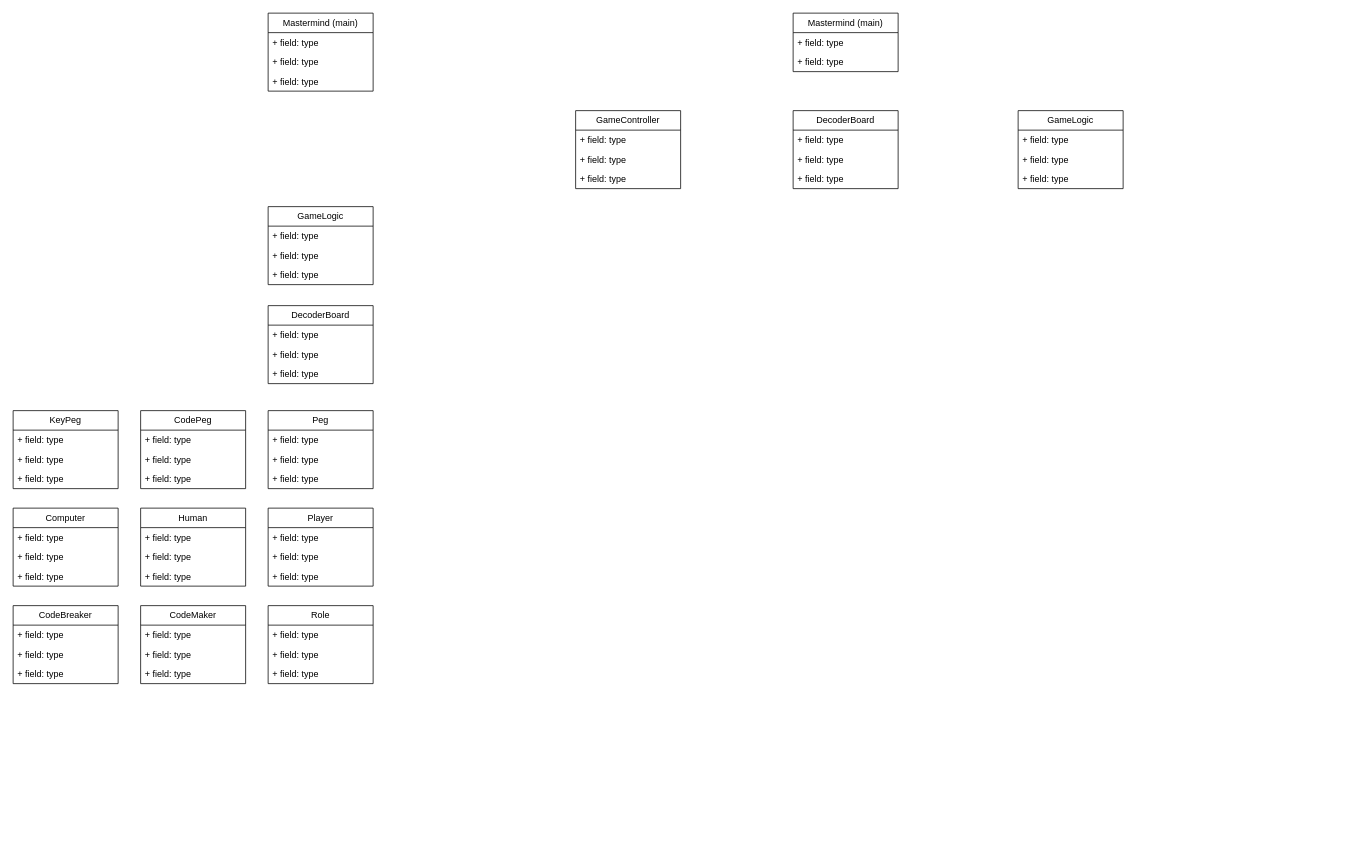
ZephyRemix/mastermind-boardgame keeps this draw.io diagram as mastermind.drawio. Above is the earlier version. Source tidied: cells renumbered, new cells numbered last; positions are measured from the earlier drawing's top-left corner, leaving out a move shared by most shapes. Both pictures are drawn from the tidied source at 75%, with x=0, y=0 at pixel (13, 13).
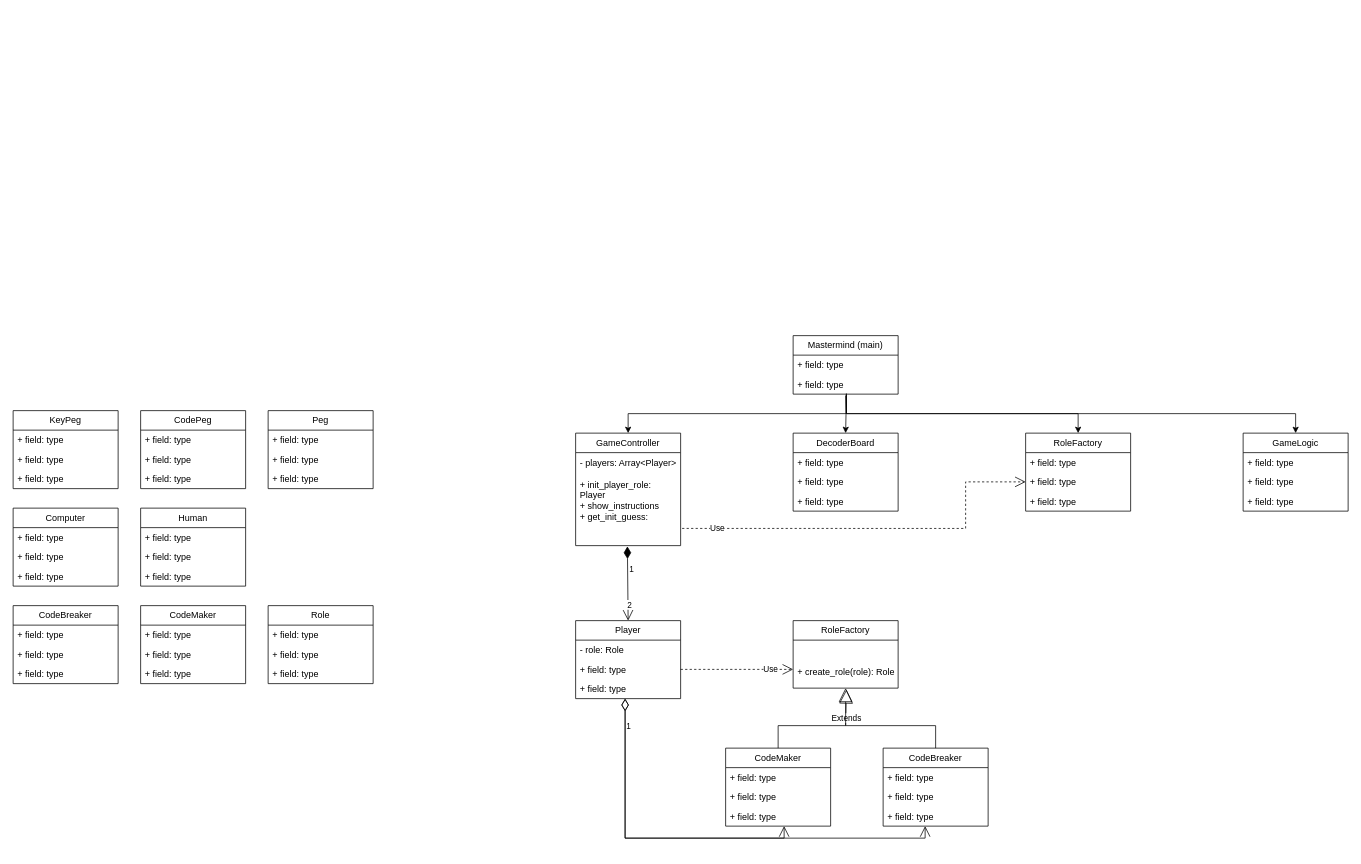
The same page after the edit.

Unchanged cells that the change refers to:
```xml
<mxCell id="32" value="+ field: type" style="text;strokeColor=none;fillColor=none;align=left;verticalAlign=top;spacingLeft=4;spacingRight=4;overflow=hidden;points=[[0,0.5],[1,0.5]];portConstraint=eastwest;whiteSpace=wrap;html=1;" parent="30" vertex="1">
  <mxGeometry y="52" width="140" height="26" as="geometry" />
</mxCell>
<mxCell id="33" value="+ field: type" style="text;strokeColor=none;fillColor=none;align=left;verticalAlign=top;spacingLeft=4;spacingRight=4;overflow=hidden;points=[[0,0.5],[1,0.5]];portConstraint=eastwest;whiteSpace=wrap;html=1;" parent="30" vertex="1">
  <mxGeometry y="78" width="140" height="26" as="geometry" />
</mxCell>
<mxCell id="44" value="+ field: type" style="text;strokeColor=none;fillColor=none;align=left;verticalAlign=top;spacingLeft=4;spacingRight=4;overflow=hidden;points=[[0,0.5],[1,0.5]];portConstraint=eastwest;whiteSpace=wrap;html=1;" parent="42" vertex="1">
  <mxGeometry y="52" width="140" height="26" as="geometry" />
</mxCell>
```

Diff of the diagram source:
```diff
@@
     <mxCell id="14" value="GameController" style="swimlane;fontStyle=0;horizontal=1;startSize=26;fillColor=none;whiteSpace=wrap;html=1;" parent="1" vertex="1">
-      <mxGeometry x="750" y="130" width="140" height="104" as="geometry" />
+      <mxGeometry x="750" y="560" width="140" height="150" as="geometry" />
     </mxCell>
-    <mxCell id="15" value="+ field: type" style="text;strokeColor=none;fillColor=none;align=left;verticalAlign=top;spacingLeft=4;spacingRight=4;overflow=hidden;points=[[0,0.5],[1,0.5]];portConstraint=eastwest;whiteSpace=wrap;html=1;" parent="14" vertex="1">
-      <mxGeometry y="26" width="140" height="26" as="geometry" />
+    <mxCell id="15" value="&lt;div&gt;- players: Array&amp;lt;Player&amp;gt;&lt;/div&gt;&lt;div&gt;&lt;br&gt;&lt;/div&gt;&lt;div&gt;+ init_player_role: Player&lt;/div&gt;&lt;div&gt;+ show_instructions&lt;/div&gt;&lt;div&gt;+ get_init_guess:&amp;nbsp;&lt;/div&gt;" style="text;strokeColor=none;fillColor=none;align=left;verticalAlign=top;spacingLeft=4;spacingRight=4;overflow=hidden;points=[[0,0.5],[1,0.5]];portConstraint=eastwest;whiteSpace=wrap;html=1;" parent="14" vertex="1">
+      <mxGeometry y="26" width="140" height="124" as="geometry" />
     </mxCell>
-    <mxCell id="16" value="+ field: type" style="text;strokeColor=none;fillColor=none;align=left;verticalAlign=top;spacingLeft=4;spacingRight=4;overflow=hidden;whiteSpace=wrap;html=1;" parent="14" vertex="1">
-      <mxGeometry y="52" width="140" height="26" as="geometry" />
-    </mxCell>
-    <mxCell id="17" value="+ field: type" style="text;strokeColor=none;fillColor=none;align=left;verticalAlign=top;spacingLeft=4;spacingRight=4;overflow=hidden;whiteSpace=wrap;html=1;" parent="14" vertex="1">
-      <mxGeometry y="78" width="140" height="26" as="geometry" />
-    </mxCell>
-    <mxCell id="18" value="GameLogic" style="swimlane;fontStyle=0;horizontal=1;startSize=26;fillColor=none;whiteSpace=wrap;html=1;" parent="1" vertex="1">
-      <mxGeometry x="340" y="258" width="140" height="104" as="geometry" />
-    </mxCell>
-    <mxCell id="19" value="+ field: type" style="text;strokeColor=none;fillColor=none;align=left;verticalAlign=top;spacingLeft=4;spacingRight=4;overflow=hidden;whiteSpace=wrap;html=1;" parent="18" vertex="1">
-      <mxGeometry y="26" width="140" height="26" as="geometry" />
-    </mxCell>
-    <mxCell id="20" value="+ field: type" style="text;strokeColor=none;fillColor=none;align=left;verticalAlign=top;spacingLeft=4;spacingRight=4;overflow=hidden;whiteSpace=wrap;html=1;" parent="18" vertex="1">
-      <mxGeometry y="52" width="140" height="26" as="geometry" />
-    </mxCell>
-    <mxCell id="21" value="+ field: type" style="text;strokeColor=none;fillColor=none;align=left;verticalAlign=top;spacingLeft=4;spacingRight=4;overflow=hidden;whiteSpace=wrap;html=1;" parent="18" vertex="1">
-      <mxGeometry y="78" width="140" height="26" as="geometry" />
-    </mxCell>
-    <mxCell id="22" value="Mastermind (main)" style="swimlane;fontStyle=0;horizontal=1;startSize=26;fillColor=none;whiteSpace=wrap;html=1;" parent="1" vertex="1">
-      <mxGeometry x="340" width="140" height="104" as="geometry" />
-    </mxCell>
-    <mxCell id="23" value="+ field: type" style="text;strokeColor=none;fillColor=none;align=left;verticalAlign=top;spacingLeft=4;spacingRight=4;overflow=hidden;whiteSpace=wrap;html=1;" parent="22" vertex="1">
-      <mxGeometry y="26" width="140" height="26" as="geometry" />
-    </mxCell>
-    <mxCell id="24" value="+ field: type" style="text;strokeColor=none;fillColor=none;align=left;verticalAlign=top;spacingLeft=4;spacingRight=4;overflow=hidden;whiteSpace=wrap;html=1;" parent="22" vertex="1">
-      <mxGeometry y="52" width="140" height="26" as="geometry" />
-    </mxCell>
-    <mxCell id="25" value="+ field: type" style="text;strokeColor=none;fillColor=none;align=left;verticalAlign=top;spacingLeft=4;spacingRight=4;overflow=hidden;whiteSpace=wrap;html=1;" parent="22" vertex="1">
-      <mxGeometry y="78" width="140" height="26" as="geometry" />
-    </mxCell>
-    <mxCell id="26" value="DecoderBoard" style="swimlane;fontStyle=0;horizontal=1;startSize=26;fillColor=none;whiteSpace=wrap;html=1;" parent="1" vertex="1">
-      <mxGeometry x="340" y="390" width="140" height="104" as="geometry" />
-    </mxCell>
-    <mxCell id="27" value="+ field: type" style="text;strokeColor=none;fillColor=none;align=left;verticalAlign=top;spacingLeft=4;spacingRight=4;overflow=hidden;whiteSpace=wrap;html=1;" parent="26" vertex="1">
-      <mxGeometry y="26" width="140" height="26" as="geometry" />
-    </mxCell>
-    <mxCell id="28" value="+ field: type" style="text;strokeColor=none;fillColor=none;align=left;verticalAlign=top;spacingLeft=4;spacingRight=4;overflow=hidden;whiteSpace=wrap;html=1;" parent="26" vertex="1">
-      <mxGeometry y="52" width="140" height="26" as="geometry" />
-    </mxCell>
-    <mxCell id="29" value="+ field: type" style="text;strokeColor=none;fillColor=none;align=left;verticalAlign=top;spacingLeft=4;spacingRight=4;overflow=hidden;whiteSpace=wrap;html=1;" parent="26" vertex="1">
-      <mxGeometry y="78" width="140" height="26" as="geometry" />
-    </mxCell>
     <mxCell id="30" value="Player" style="swimlane;fontStyle=0;horizontal=1;startSize=26;fillColor=none;whiteSpace=wrap;html=1;" parent="1" vertex="1">
-      <mxGeometry x="340" y="660" width="140" height="104" as="geometry" />
+      <mxGeometry x="750" y="810" width="140" height="104" as="geometry" />
     </mxCell>
-    <mxCell id="31" value="+ field: type" style="text;strokeColor=none;fillColor=none;align=left;verticalAlign=top;spacingLeft=4;spacingRight=4;overflow=hidden;whiteSpace=wrap;html=1;" parent="30" vertex="1">
+    <mxCell id="31" value="- role: Role" style="text;strokeColor=none;fillColor=none;align=left;verticalAlign=top;spacingLeft=4;spacingRight=4;overflow=hidden;whiteSpace=wrap;html=1;" parent="30" vertex="1">
       <mxGeometry y="26" width="140" height="26" as="geometry" />
     </mxCell>
@@
+    <mxCell id="65" style="edgeStyle=orthogonalEdgeStyle;rounded=0;jettySize=auto;html=1;entryX=0.5;entryY=0;entryDx=0;entryDy=0;exitX=0.507;exitY=0.962;exitDx=0;exitDy=0;exitPerimeter=0;" parent="1" edge="1" source="44" target="14">
+      <mxGeometry relative="1" as="geometry" />
+    </mxCell>
     <mxCell id="42" value="Mastermind (main)" style="swimlane;fontStyle=0;horizontal=1;startSize=26;fillColor=none;whiteSpace=wrap;html=1;" parent="1" vertex="1">
-      <mxGeometry x="1040" width="140" height="78" as="geometry" />
+      <mxGeometry x="1040" y="430" width="140" height="78" as="geometry" />
     </mxCell>
@@
     <mxCell id="45" value="GameLogic" style="swimlane;fontStyle=0;horizontal=1;startSize=26;fillColor=none;whiteSpace=wrap;html=1;" parent="1" vertex="1">
-      <mxGeometry x="1340" y="130" width="140" height="104" as="geometry" />
+      <mxGeometry x="1640" y="560" width="140" height="104" as="geometry" />
     </mxCell>
@@
     <mxCell id="49" value="DecoderBoard" style="swimlane;fontStyle=0;horizontal=1;startSize=26;fillColor=none;whiteSpace=wrap;html=1;" parent="1" vertex="1">
-      <mxGeometry x="1040" y="130" width="140" height="104" as="geometry" />
+      <mxGeometry x="1040" y="560" width="140" height="104" as="geometry" />
     </mxCell>
@@
+    <mxCell id="66" style="edgeStyle=orthogonalEdgeStyle;rounded=0;jettySize=auto;html=1;" parent="1" edge="1" target="49">
+      <mxGeometry relative="1" as="geometry">
+        <mxPoint x="1110" y="510" as="sourcePoint" />
+      </mxGeometry>
+    </mxCell>
+    <mxCell id="67" style="edgeStyle=orthogonalEdgeStyle;rounded=0;jettySize=auto;html=1;entryX=0.5;entryY=0;entryDx=0;entryDy=0;exitX=0.507;exitY=1;exitDx=0;exitDy=0;exitPerimeter=0;" parent="1" edge="1" source="44" target="45">
+      <mxGeometry relative="1" as="geometry" />
+    </mxCell>
+    <mxCell id="68" value="RoleFactory" style="swimlane;fontStyle=0;horizontal=1;startSize=26;fillColor=none;whiteSpace=wrap;html=1;" parent="1" vertex="1">
+      <mxGeometry x="1350" y="560" width="140" height="104" as="geometry" />
+    </mxCell>
+    <mxCell id="69" value="+ field: type" style="text;strokeColor=none;fillColor=none;align=left;verticalAlign=top;spacingLeft=4;spacingRight=4;overflow=hidden;whiteSpace=wrap;html=1;" parent="68" vertex="1">
+      <mxGeometry y="26" width="140" height="26" as="geometry" />
+    </mxCell>
+    <mxCell id="70" value="+ field: type" style="text;strokeColor=none;fillColor=none;align=left;verticalAlign=top;spacingLeft=4;spacingRight=4;overflow=hidden;points=[[0,0.5],[1,0.5]];portConstraint=eastwest;whiteSpace=wrap;html=1;" parent="68" vertex="1">
+      <mxGeometry y="52" width="140" height="26" as="geometry" />
+    </mxCell>
+    <mxCell id="71" value="+ field: type" style="text;strokeColor=none;fillColor=none;align=left;verticalAlign=top;spacingLeft=4;spacingRight=4;overflow=hidden;whiteSpace=wrap;html=1;" parent="68" vertex="1">
+      <mxGeometry y="78" width="140" height="26" as="geometry" />
+    </mxCell>
+    <mxCell id="72" style="edgeStyle=orthogonalEdgeStyle;rounded=0;jettySize=auto;html=1;entryX=0.5;entryY=0;entryDx=0;entryDy=0;exitX=0.507;exitY=1.038;exitDx=0;exitDy=0;exitPerimeter=0;" parent="1" edge="1" source="44" target="68">
+      <mxGeometry relative="1" as="geometry" />
+    </mxCell>
+    <mxCell id="73" value="Use" style="endArrow=open;endSize=12;dashed=1;html=1;rounded=0;exitX=1.014;exitY=0.815;exitDx=0;exitDy=0;exitPerimeter=0;edgeStyle=orthogonalEdgeStyle;entryX=0;entryY=0.5;entryDx=0;entryDy=0;" parent="1" edge="1" source="15" target="70">
+      <mxGeometry x="-0.82" relative="1" as="geometry">
+        <Array as="points">
+          <mxPoint x="1270" y="687" />
+          <mxPoint x="1270" y="625" />
+        </Array>
+      </mxGeometry>
+    </mxCell>
+    <mxCell id="74" value="1" style="endArrow=open;html=1;endSize=12;startArrow=diamondThin;startSize=14;startFill=1;align=left;verticalAlign=bottom;rounded=0;exitX=0.493;exitY=1.008;exitDx=0;exitDy=0;exitPerimeter=0;entryX=0.5;entryY=0;entryDx=0;entryDy=0;" parent="1" edge="1" source="15" target="30">
+      <mxGeometry x="-0.21" y="1" relative="1" as="geometry" />
+    </mxCell>
+    <mxCell id="75" value="2" style="edgeLabel;html=1;align=center;verticalAlign=middle;" parent="74" vertex="1">
+      <mxGeometry x="0.58" y="2" relative="1" as="geometry" />
+    </mxCell>
+    <mxCell id="76" value="CodeMaker" style="swimlane;fontStyle=0;horizontal=1;startSize=26;fillColor=none;whiteSpace=wrap;html=1;" parent="1" vertex="1">
+      <mxGeometry x="950" y="980" width="140" height="104" as="geometry" />
+    </mxCell>
+    <mxCell id="77" value="+ field: type" style="text;strokeColor=none;fillColor=none;align=left;verticalAlign=top;spacingLeft=4;spacingRight=4;overflow=hidden;whiteSpace=wrap;html=1;" parent="76" vertex="1">
+      <mxGeometry y="26" width="140" height="26" as="geometry" />
+    </mxCell>
+    <mxCell id="78" value="+ field: type" style="text;strokeColor=none;fillColor=none;align=left;verticalAlign=top;spacingLeft=4;spacingRight=4;overflow=hidden;whiteSpace=wrap;html=1;" parent="76" vertex="1">
+      <mxGeometry y="52" width="140" height="26" as="geometry" />
+    </mxCell>
+    <mxCell id="79" value="+ field: type" style="text;strokeColor=none;fillColor=none;align=left;verticalAlign=top;spacingLeft=4;spacingRight=4;overflow=hidden;points=[[0,0.5],[1,0.5]];portConstraint=eastwest;whiteSpace=wrap;html=1;" parent="76" vertex="1">
+      <mxGeometry y="78" width="140" height="26" as="geometry" />
+    </mxCell>
+    <mxCell id="80" value="RoleFactory" style="swimlane;fontStyle=0;horizontal=1;startSize=26;fillColor=none;whiteSpace=wrap;html=1;" parent="1" vertex="1">
+      <mxGeometry x="1040" y="810" width="140" height="90" as="geometry" />
+    </mxCell>
+    <mxCell id="81" value="&lt;div&gt;&lt;br&gt;&lt;/div&gt;&lt;div&gt;&lt;br&gt;&lt;/div&gt;&lt;div&gt;+ create_role(role): Role&lt;/div&gt;" style="text;strokeColor=none;fillColor=none;align=left;verticalAlign=top;spacingLeft=4;spacingRight=4;overflow=hidden;points=[[0,0.5],[1,0.5]];portConstraint=eastwest;whiteSpace=wrap;html=1;" parent="80" vertex="1">
+      <mxGeometry y="26" width="140" height="64" as="geometry" />
+    </mxCell>
+    <mxCell id="82" value="Use" style="endArrow=open;endSize=12;dashed=1;html=1;rounded=0;exitX=1;exitY=0.5;exitDx=0;exitDy=0;entryX=0;entryY=0.5;entryDx=0;entryDy=0;" parent="1" edge="1" source="32">
+      <mxGeometry x="0.6" relative="1" as="geometry">
+        <mxPoint x="1040" y="875" as="targetPoint" />
+      </mxGeometry>
+    </mxCell>
+    <mxCell id="83" value="CodeBreaker" style="swimlane;fontStyle=0;horizontal=1;startSize=26;fillColor=none;whiteSpace=wrap;html=1;" parent="1" vertex="1">
+      <mxGeometry x="1160" y="980" width="140" height="104" as="geometry" />
+    </mxCell>
+    <mxCell id="84" value="+ field: type" style="text;strokeColor=none;fillColor=none;align=left;verticalAlign=top;spacingLeft=4;spacingRight=4;overflow=hidden;whiteSpace=wrap;html=1;" parent="83" vertex="1">
+      <mxGeometry y="26" width="140" height="26" as="geometry" />
+    </mxCell>
+    <mxCell id="85" value="+ field: type" style="text;strokeColor=none;fillColor=none;align=left;verticalAlign=top;spacingLeft=4;spacingRight=4;overflow=hidden;whiteSpace=wrap;html=1;" parent="83" vertex="1">
+      <mxGeometry y="52" width="140" height="26" as="geometry" />
+    </mxCell>
+    <mxCell id="86" value="+ field: type" style="text;strokeColor=none;fillColor=none;align=left;verticalAlign=top;spacingLeft=4;spacingRight=4;overflow=hidden;whiteSpace=wrap;html=1;" parent="83" vertex="1">
+      <mxGeometry y="78" width="140" height="26" as="geometry" />
+    </mxCell>
+    <mxCell id="87" value="Extends" style="endArrow=block;endSize=16;endFill=0;html=1;rounded=0;edgeStyle=orthogonalEdgeStyle;exitX=0.5;exitY=0;exitDx=0;exitDy=0;entryX=0.507;entryY=1.031;entryDx=0;entryDy=0;entryPerimeter=0;" parent="1" edge="1" source="76" target="81">
+      <mxGeometry x="0.55" y="-1" relative="1" as="geometry">
+        <Array as="points">
+          <mxPoint x="1020" y="950" />
+          <mxPoint x="1110" y="950" />
+        </Array>
+      </mxGeometry>
+    </mxCell>
+    <mxCell id="88" style="endArrow=block;endSize=16;endFill=0;html=1;rounded=0;edgeStyle=orthogonalEdgeStyle;exitX=0.5;exitY=0;exitDx=0;exitDy=0;entryX=0.507;entryY=1.031;entryDx=0;entryDy=0;entryPerimeter=0;" parent="1" edge="1" source="83">
+      <mxGeometry relative="1" as="geometry">
+        <mxPoint x="1110" y="900" as="targetPoint" />
+        <Array as="points">
+          <mxPoint x="1230" y="950" />
+          <mxPoint x="1110" y="950" />
+        </Array>
+      </mxGeometry>
+    </mxCell>
+    <mxCell id="89" value="1" style="endArrow=open;html=1;endSize=12;startArrow=diamondThin;startSize=14;startFill=0;edgeStyle=orthogonalEdgeStyle;align=left;verticalAlign=bottom;rounded=0;exitX=0.471;exitY=1;exitDx=0;exitDy=0;exitPerimeter=0;entryX=0.557;entryY=1;entryDx=0;entryDy=0;entryPerimeter=0;" parent="1" edge="1" source="33" target="79">
+      <mxGeometry x="-0.78" relative="1" as="geometry">
+        <Array as="points">
+          <mxPoint x="816" y="1100" />
+          <mxPoint x="1028" y="1100" />
+        </Array>
+      </mxGeometry>
+    </mxCell>
+    <mxCell id="90" style="endArrow=open;html=1;endSize=12;startArrow=diamondThin;startSize=14;startFill=0;edgeStyle=orthogonalEdgeStyle;align=left;verticalAlign=bottom;rounded=0;exitX=0.471;exitY=1;exitDx=0;exitDy=0;exitPerimeter=0;entryX=0.486;entryY=1;entryDx=0;entryDy=0;entryPerimeter=0;" parent="1" edge="1">
+      <mxGeometry x="-1" y="3" relative="1" as="geometry">
+        <mxPoint x="816" y="914" as="sourcePoint" />
+        <mxPoint x="1216" y="1084" as="targetPoint" />
+        <Array as="points">
+          <mxPoint x="816" y="1100" />
+          <mxPoint x="1216" y="1100" />
+        </Array>
+      </mxGeometry>
+    </mxCell>
```
